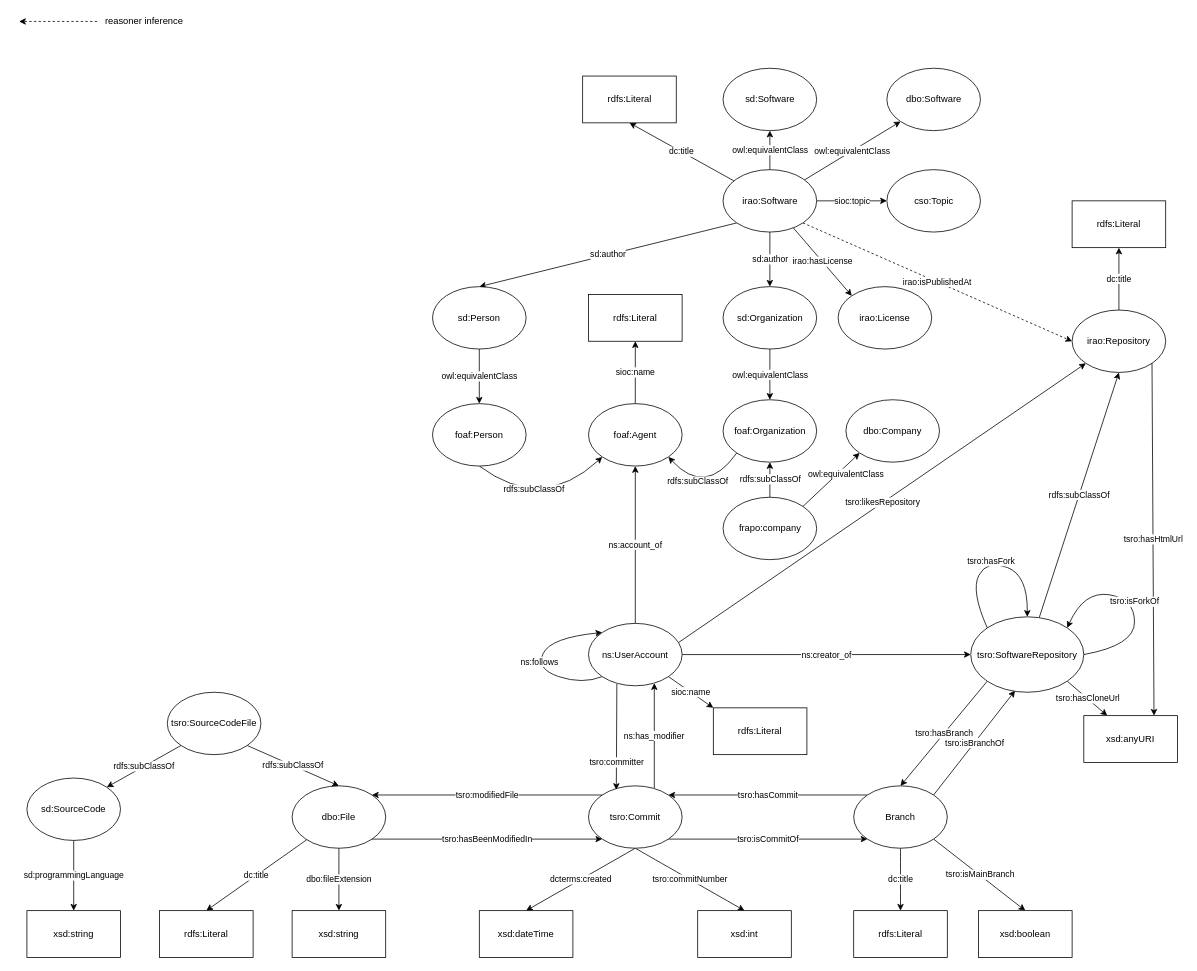
sabato-nocera/tsro keeps this draw.io diagram as ontologies/The Software Repository Ontology.drawio. Above is the earlier version. Source tidied: cells renumbered, new cells numbered last; positions are measured from the earlier drawing's top-left corner, leaving out a move shared by most shapes. Both pictures are drawn from the tidied source at 78%, with x=0, y=0 at pixel (19, 13).
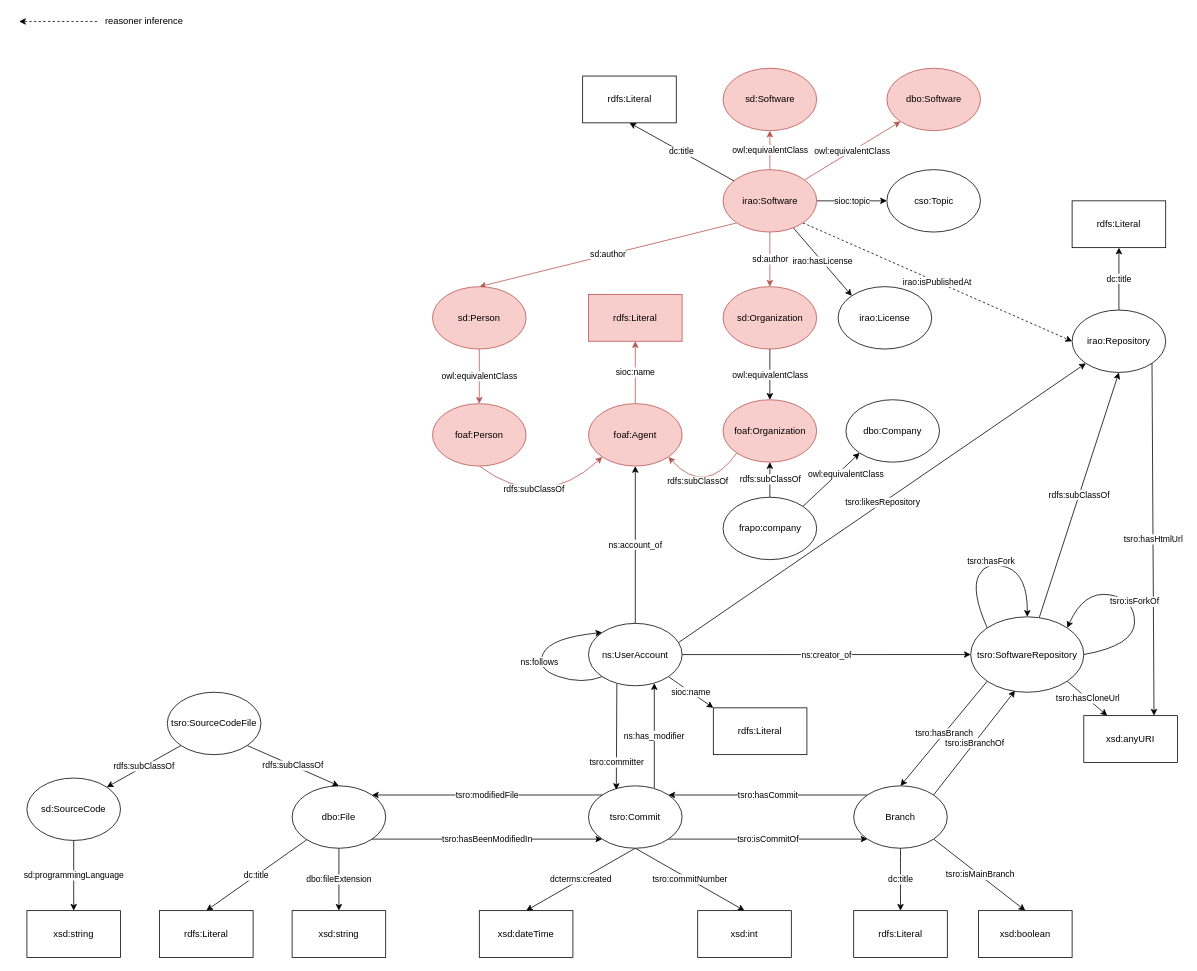
The same diagram, later.

Commit message (it also covers changes not shown here):
Realizzazione della pagina per la visualizzazione dell'agent, quindi l'autore di software

Change to the diagram source:
```diff
@@
-    <mxCell id="34" value="owl:equivalentClass" style="edgeStyle=none;rounded=0;jettySize=auto;html=1;entryX=0;entryY=1;entryDx=0;entryDy=0;" parent="1" edge="1" source="39" target="46">
+    <mxCell id="34" value="owl:equivalentClass" style="edgeStyle=none;rounded=0;jettySize=auto;html=1;entryX=0;entryY=1;entryDx=0;entryDy=0;fillColor=#f8cecc;strokeColor=#b85450;" parent="1" edge="1" source="39" target="46">
       <mxGeometry relative="1" as="geometry" />
     </mxCell>
-    <mxCell id="35" value="owl:equivalentClass" style="edgeStyle=none;rounded=0;jettySize=auto;html=1;entryX=0.5;entryY=1;entryDx=0;entryDy=0;" parent="1" edge="1" source="39" target="47">
+    <mxCell id="35" value="owl:equivalentClass" style="edgeStyle=none;rounded=0;jettySize=auto;html=1;entryX=0.5;entryY=1;entryDx=0;entryDy=0;fillColor=#f8cecc;strokeColor=#b85450;" parent="1" edge="1" source="39" target="47">
       <mxGeometry relative="1" as="geometry" />
     </mxCell>
-    <mxCell id="36" value="sd:author" style="edgeStyle=none;rounded=0;jettySize=auto;html=1;entryX=0.5;entryY=0;entryDx=0;entryDy=0;exitX=0;exitY=1;exitDx=0;exitDy=0;" parent="1" edge="1" source="39" target="49">
+    <mxCell id="36" value="sd:author" style="edgeStyle=none;rounded=0;jettySize=auto;html=1;entryX=0.5;entryY=0;entryDx=0;entryDy=0;exitX=0;exitY=1;exitDx=0;exitDy=0;fillColor=#f8cecc;strokeColor=#b85450;" parent="1" edge="1" source="39" target="49">
       <mxGeometry relative="1" as="geometry" />
     </mxCell>
-    <mxCell id="37" value="sd:author" style="edgeStyle=none;rounded=0;jettySize=auto;html=1;entryX=0.5;entryY=0;entryDx=0;entryDy=0;exitX=0.5;exitY=1;exitDx=0;exitDy=0;" parent="1" edge="1" source="39" target="56">
+    <mxCell id="37" value="sd:author" style="edgeStyle=none;rounded=0;jettySize=auto;html=1;entryX=0.5;entryY=0;entryDx=0;entryDy=0;exitX=0.5;exitY=1;exitDx=0;exitDy=0;fillColor=#f8cecc;strokeColor=#b85450;" parent="1" edge="1" source="39" target="56">
       <mxGeometry relative="1" as="geometry" />
     </mxCell>
@@
-    <mxCell id="39" value="irao:Software" style="ellipse;whiteSpace=wrap;html=1;" parent="1" vertex="1">
+    <mxCell id="39" value="irao:Software" style="ellipse;whiteSpace=wrap;html=1;fillColor=#f8cecc;strokeColor=#b85450;" parent="1" vertex="1">
       <mxGeometry x="902.5" y="200" width="120" height="80" as="geometry" />
     </mxCell>
@@
-    <mxCell id="46" value="dbo:Software" style="ellipse;whiteSpace=wrap;html=1;" parent="1" vertex="1">
+    <mxCell id="46" value="dbo:Software" style="ellipse;whiteSpace=wrap;html=1;fillColor=#f8cecc;strokeColor=#b85450;" parent="1" vertex="1">
       <mxGeometry x="1112.5" y="70" width="120" height="80" as="geometry" />
     </mxCell>
-    <mxCell id="47" value="sd:Software" style="ellipse;whiteSpace=wrap;html=1;" parent="1" vertex="1">
+    <mxCell id="47" value="sd:Software" style="ellipse;whiteSpace=wrap;html=1;fillColor=#f8cecc;strokeColor=#b85450;" parent="1" vertex="1">
       <mxGeometry x="902.5" y="70" width="120" height="80" as="geometry" />
     </mxCell>
-    <mxCell id="48" value="owl:equivalentClass" style="edgeStyle=none;rounded=0;jettySize=auto;html=1;entryX=0.5;entryY=0;entryDx=0;entryDy=0;" parent="1" edge="1" source="49" target="59">
+    <mxCell id="48" value="owl:equivalentClass" style="edgeStyle=none;rounded=0;jettySize=auto;html=1;entryX=0.5;entryY=0;entryDx=0;entryDy=0;fillColor=#f8cecc;strokeColor=#b85450;" parent="1" edge="1" source="49" target="59">
       <mxGeometry relative="1" as="geometry" />
     </mxCell>
-    <mxCell id="49" value="sd:Person" style="ellipse;whiteSpace=wrap;html=1;" parent="1" vertex="1">
+    <mxCell id="49" value="sd:Person" style="ellipse;whiteSpace=wrap;html=1;fillColor=#f8cecc;strokeColor=#b85450;" parent="1" vertex="1">
       <mxGeometry x="530" y="350" width="120" height="80" as="geometry" />
     </mxCell>
@@
-    <mxCell id="56" value="sd:Organization" style="ellipse;whiteSpace=wrap;html=1;" parent="1" vertex="1">
+    <mxCell id="56" value="sd:Organization" style="ellipse;whiteSpace=wrap;html=1;fillColor=#f8cecc;strokeColor=#b85450;" parent="1" vertex="1">
       <mxGeometry x="902.5" y="350" width="120" height="80" as="geometry" />
     </mxCell>
@@
-    <mxCell id="58" value="rdfs:subClassOf" style="edgeStyle=none;jettySize=auto;html=1;exitX=0.5;exitY=1;exitDx=0;exitDy=0;entryX=0;entryY=1;entryDx=0;entryDy=0;curved=1;" parent="1" edge="1" source="59" target="65">
+    <mxCell id="58" value="rdfs:subClassOf" style="edgeStyle=none;jettySize=auto;html=1;exitX=0.5;exitY=1;exitDx=0;exitDy=0;entryX=0;entryY=1;entryDx=0;entryDy=0;curved=1;fillColor=#f8cecc;strokeColor=#b85450;" parent="1" edge="1" source="59" target="65">
       <mxGeometry x="-0.28" y="18" relative="1" as="geometry">
         <Array as="points">
           <mxPoint x="670" y="640" />
         </Array>
       </mxGeometry>
     </mxCell>
-    <mxCell id="59" value="foaf:Person" style="ellipse;whiteSpace=wrap;html=1;" parent="1" vertex="1">
+    <mxCell id="59" value="foaf:Person" style="ellipse;whiteSpace=wrap;html=1;fillColor=#f8cecc;strokeColor=#b85450;" parent="1" vertex="1">
       <mxGeometry x="530" y="500" width="120" height="80" as="geometry" />
     </mxCell>
-    <mxCell id="60" value="rdfs:subClassOf" style="edgeStyle=none;jettySize=auto;html=1;exitX=0;exitY=1;exitDx=0;exitDy=0;entryX=1;entryY=1;entryDx=0;entryDy=0;curved=1;" parent="1" edge="1" source="61" target="65">
+    <mxCell id="60" value="rdfs:subClassOf" style="edgeStyle=none;jettySize=auto;html=1;exitX=0;exitY=1;exitDx=0;exitDy=0;entryX=1;entryY=1;entryDx=0;entryDy=0;curved=1;fillColor=#f8cecc;strokeColor=#b85450;" parent="1" edge="1" source="61" target="65">
       <mxGeometry x="0.3" y="-6" relative="1" as="geometry">
         <Array as="points">
           <mxPoint x="880" y="620" />
         </Array>
       </mxGeometry>
     </mxCell>
-    <mxCell id="61" value="foaf:Organization" style="ellipse;whiteSpace=wrap;html=1;" parent="1" vertex="1">
+    <mxCell id="61" value="foaf:Organization" style="ellipse;whiteSpace=wrap;html=1;fillColor=#f8cecc;strokeColor=#b85450;" parent="1" vertex="1">
       <mxGeometry x="902.5" y="495" width="120" height="80" as="geometry" />
     </mxCell>
@@
-    <mxCell id="64" value="sioc:name" style="edgeStyle=none;rounded=0;jettySize=auto;html=1;entryX=0.5;entryY=1;entryDx=0;entryDy=0;" parent="1" edge="1" source="65" target="73">
+    <mxCell id="64" value="sioc:name" style="edgeStyle=none;rounded=0;jettySize=auto;html=1;entryX=0.5;entryY=1;entryDx=0;entryDy=0;fillColor=#f8cecc;strokeColor=#b85450;" parent="1" edge="1" source="65" target="73">
       <mxGeometry relative="1" as="geometry" />
     </mxCell>
-    <mxCell id="65" value="foaf:Agent" style="ellipse;whiteSpace=wrap;html=1;" parent="1" vertex="1">
+    <mxCell id="65" value="foaf:Agent" style="ellipse;whiteSpace=wrap;html=1;fillColor=#f8cecc;strokeColor=#b85450;" parent="1" vertex="1">
       <mxGeometry x="730" y="500" width="120" height="80" as="geometry" />
     </mxCell>
@@
-    <mxCell id="73" value="rdfs:Literal" style="whiteSpace=wrap;html=1;" parent="1" vertex="1">
+    <mxCell id="73" value="rdfs:Literal" style="whiteSpace=wrap;html=1;fillColor=#f8cecc;strokeColor=#b85450;" parent="1" vertex="1">
       <mxGeometry x="730" y="360" width="120" height="60" as="geometry" />
     </mxCell>
```
